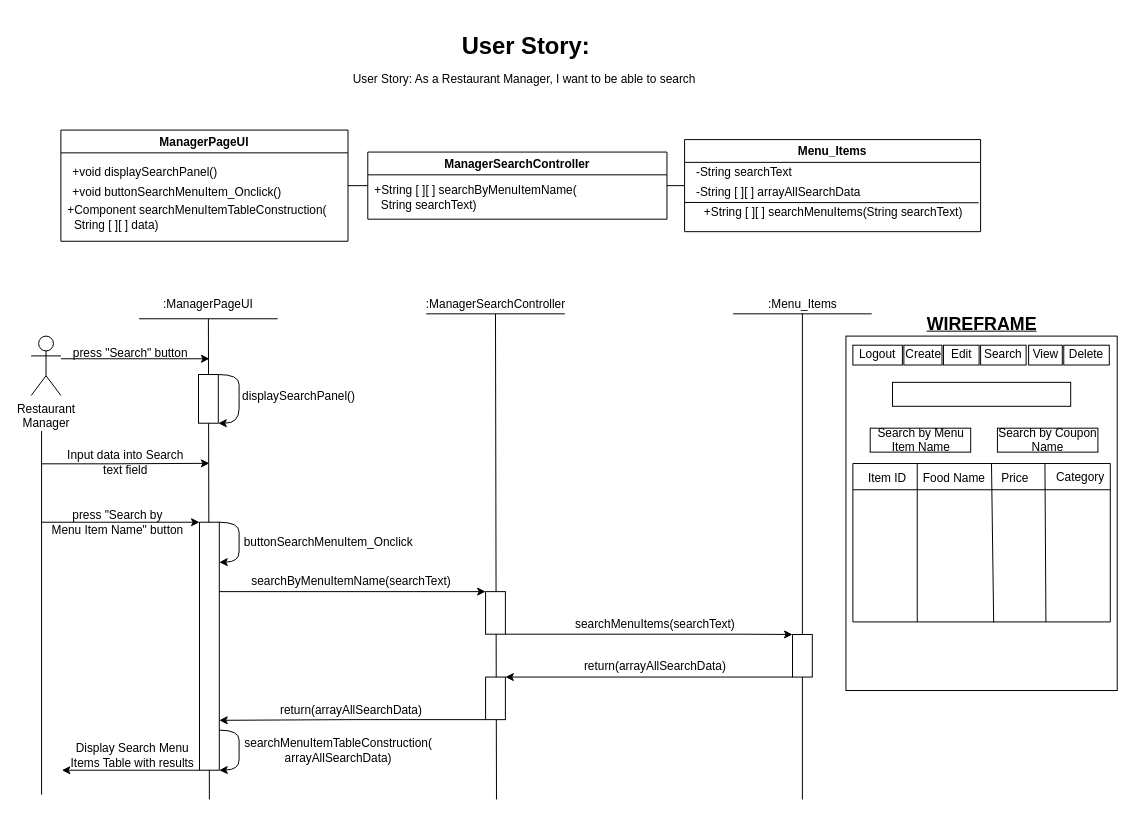
The draw.io diagram BCE_UML_and_Diagrams/RestaurantManager/RestaurantManager_SearchItems(#17)/UserStory#17_SearchItems.drawio in extred5700/JAVAGUI-Restaurant-Table-Order-System, before the edit. Source tidied: cells renumbered, new cells numbered last; positions are measured from the earlier drawing's top-left corner, leaving out a move shared by most shapes. Both pictures are drawn from the tidied source at 99%, with x=0, y=0 at pixel (31, 27).
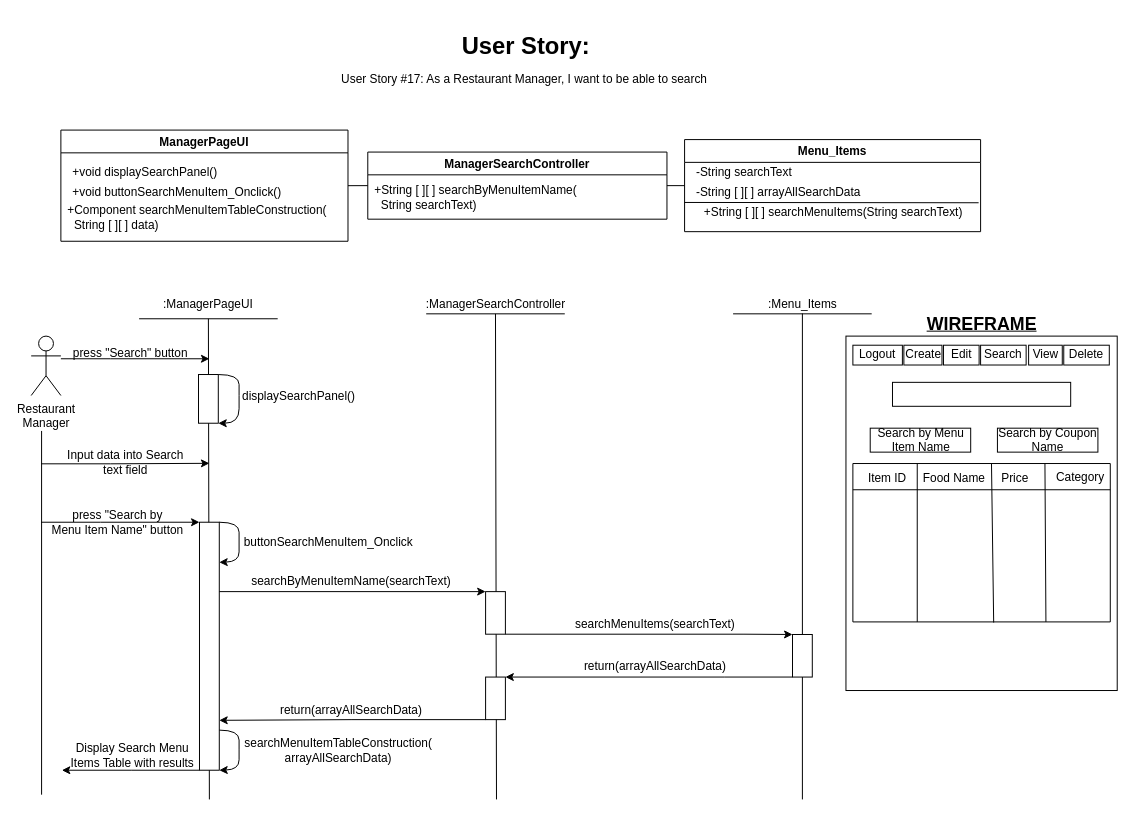
The same diagram, later.

What changed in the source:
```diff
@@
-    <mxCell id="58" value="&lt;h1&gt;User Story:&lt;br&gt;&lt;font style=&quot;font-size: 12px ; font-weight: normal&quot;&gt;User Story: As a Restaurant Manager, I want to be able to search&amp;nbsp;&lt;br&gt;&lt;/font&gt;&lt;/h1&gt;" style="text;html=1;strokeColor=none;fillColor=none;spacing=5;spacingTop=-20;whiteSpace=wrap;overflow=hidden;rounded=0;align=center;" parent="1" vertex="1">
+    <mxCell id="58" value="&lt;h1&gt;User Story:&lt;br&gt;&lt;font style=&quot;font-size: 12px ; font-weight: normal&quot;&gt;User Story #17: As a Restaurant Manager, I want to be able to search&amp;nbsp;&lt;br&gt;&lt;/font&gt;&lt;/h1&gt;" style="text;html=1;strokeColor=none;fillColor=none;spacing=5;spacingTop=-20;whiteSpace=wrap;overflow=hidden;rounded=0;align=center;" parent="1" vertex="1">
       <mxGeometry x="210" width="580" height="100" as="geometry" />
     </mxCell>
```
